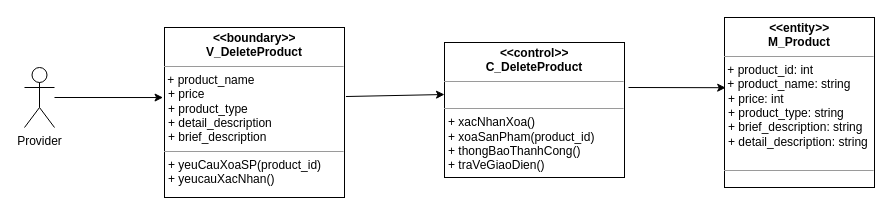
Above: Class/Duy's ClassUC/XoaSanPhamClass.drawio in hoangminh15/PTTKHT (draw.io), before the change. Source tidied: cells renumbered, new cells numbered last; positions are measured from the earlier drawing's top-left corner, leaving out a move shared by most shapes. Both pictures are drawn from the tidied source at 100%, with x=0, y=0 at pixel (24, 17).
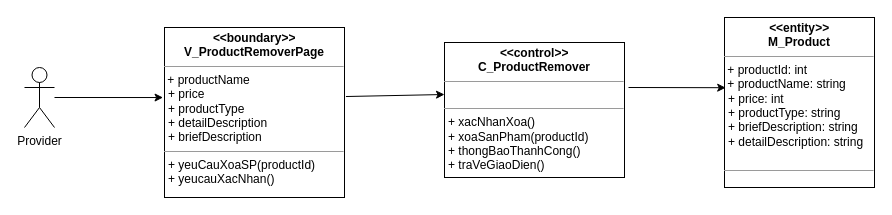
After the change.

The edit, as a diff of the source:
```diff
@@
 <mxGraphModel>
   <root>
     <mxCell id="0" />
     <mxCell id="1" parent="0" />
     <mxCell id="2" value="Provider" style="shape=umlActor;verticalLabelPosition=bottom;verticalAlign=top;html=1;" parent="1" vertex="1">
       <mxGeometry y="50" width="30" height="60" as="geometry" />
     </mxCell>
-    <mxCell id="3" value="&lt;p style=&quot;margin: 0px ; margin-top: 4px ; text-align: center&quot;&gt;&lt;b&gt;&lt;i&gt;&amp;lt;&lt;/i&gt;&amp;lt;boundary&lt;i&gt;&amp;gt;&amp;gt;&lt;/i&gt;&lt;br&gt;V_DeleteProduct&lt;/b&gt;&lt;/p&gt;&lt;hr size=&quot;1&quot;&gt;&amp;nbsp;+ product_name&lt;br&gt;&lt;p style=&quot;margin: 0px ; margin-left: 4px&quot;&gt;+ price&lt;br&gt;&lt;/p&gt;&lt;p style=&quot;margin: 0px ; margin-left: 4px&quot;&gt;+ product_type&lt;br&gt;&lt;/p&gt;&lt;p style=&quot;margin: 0px ; margin-left: 4px&quot;&gt;+ detail_description&lt;br&gt;&lt;/p&gt;&lt;p style=&quot;margin: 0px ; margin-left: 4px&quot;&gt;+ brief_description&lt;br&gt;&lt;/p&gt;&lt;hr size=&quot;1&quot;&gt;&lt;p style=&quot;margin: 0px ; margin-left: 4px&quot;&gt;+ yeuCauXoaSP(product_id)&lt;br&gt;&lt;/p&gt;&lt;p style=&quot;margin: 0px ; margin-left: 4px&quot;&gt;+ yeucauXacNhan()&lt;/p&gt;" style="verticalAlign=top;align=left;overflow=fill;fontSize=12;fontFamily=Helvetica;html=1;" parent="1" vertex="1">
+    <mxCell id="3" value="&lt;p style=&quot;margin: 0px ; margin-top: 4px ; text-align: center&quot;&gt;&lt;b&gt;&lt;i&gt;&amp;lt;&lt;/i&gt;&amp;lt;boundary&lt;i&gt;&amp;gt;&amp;gt;&lt;/i&gt;&lt;br&gt;V_ProductRemoverPage&lt;/b&gt;&lt;/p&gt;&lt;hr size=&quot;1&quot;&gt;&amp;nbsp;+ productName&lt;br&gt;&lt;p style=&quot;margin: 0px ; margin-left: 4px&quot;&gt;+ price&lt;br&gt;&lt;/p&gt;&lt;p style=&quot;margin: 0px ; margin-left: 4px&quot;&gt;+ productType&lt;br&gt;&lt;/p&gt;&lt;p style=&quot;margin: 0px ; margin-left: 4px&quot;&gt;+ detailDescription&lt;br&gt;&lt;/p&gt;&lt;p style=&quot;margin: 0px ; margin-left: 4px&quot;&gt;+ briefDescription&lt;br&gt;&lt;/p&gt;&lt;hr size=&quot;1&quot;&gt;&lt;p style=&quot;margin: 0px ; margin-left: 4px&quot;&gt;+ yeuCauXoaSP(productId)&lt;br&gt;&lt;/p&gt;&lt;p style=&quot;margin: 0px ; margin-left: 4px&quot;&gt;+ yeucauXacNhan()&lt;/p&gt;" style="verticalAlign=top;align=left;overflow=fill;fontSize=12;fontFamily=Helvetica;html=1;" parent="1" vertex="1">
       <mxGeometry x="140" y="10" width="180" height="170" as="geometry" />
     </mxCell>
-    <mxCell id="4" value="&lt;p style=&quot;margin: 0px ; margin-top: 4px ; text-align: center&quot;&gt;&lt;b&gt;&lt;i&gt;&amp;lt;&lt;/i&gt;&amp;lt;control&lt;i&gt;&amp;gt;&amp;gt;&lt;/i&gt;&lt;br&gt;C_DeleteProduct&lt;/b&gt;&lt;/p&gt;&lt;hr size=&quot;1&quot;&gt;&lt;br&gt;&lt;hr size=&quot;1&quot;&gt;&lt;p style=&quot;margin: 0px ; margin-left: 4px&quot;&gt;+ xacNhanXoa()&lt;/p&gt;&lt;p style=&quot;margin: 0px ; margin-left: 4px&quot;&gt;+ xoaSanPham(product_id)&lt;/p&gt;&lt;p style=&quot;margin: 0px ; margin-left: 4px&quot;&gt;+ thongBaoThanhCong()&lt;br&gt;+ traVeGiaoDien()&lt;/p&gt;" style="verticalAlign=top;align=left;overflow=fill;fontSize=12;fontFamily=Helvetica;html=1;" parent="1" vertex="1">
+    <mxCell id="4" value="&lt;p style=&quot;margin: 0px ; margin-top: 4px ; text-align: center&quot;&gt;&lt;b&gt;&lt;i&gt;&amp;lt;&lt;/i&gt;&amp;lt;control&lt;i&gt;&amp;gt;&amp;gt;&lt;/i&gt;&lt;br&gt;C_ProductRemover&lt;/b&gt;&lt;/p&gt;&lt;hr size=&quot;1&quot;&gt;&lt;br&gt;&lt;hr size=&quot;1&quot;&gt;&lt;p style=&quot;margin: 0px ; margin-left: 4px&quot;&gt;+ xacNhanXoa()&lt;/p&gt;&lt;p style=&quot;margin: 0px ; margin-left: 4px&quot;&gt;+ xoaSanPham(productId)&lt;/p&gt;&lt;p style=&quot;margin: 0px ; margin-left: 4px&quot;&gt;+ thongBaoThanhCong()&lt;br&gt;+ traVeGiaoDien()&lt;/p&gt;" style="verticalAlign=top;align=left;overflow=fill;fontSize=12;fontFamily=Helvetica;html=1;" parent="1" vertex="1">
       <mxGeometry x="420" y="25" width="180" height="135" as="geometry" />
     </mxCell>
     <mxCell id="5" style="endArrow=classic;html=1;exitX=1.008;exitY=0.406;exitDx=0;exitDy=0;exitPerimeter=0;" parent="1" edge="1" source="3">
       <mxGeometry relative="1" as="geometry">
         <mxPoint x="420" y="77" as="targetPoint" />
       </mxGeometry>
     </mxCell>
     <mxCell id="6" style="endArrow=classic;html=1;entryX=-0.008;entryY=0.412;entryDx=0;entryDy=0;entryPerimeter=0;" parent="1" edge="1" source="2" target="3">
       <mxGeometry relative="1" as="geometry" />
     </mxCell>
-    <mxCell id="7" value="&lt;p style=&quot;margin: 0px ; margin-top: 4px ; text-align: center&quot;&gt;&lt;b&gt;&lt;i&gt;&amp;lt;&lt;/i&gt;&amp;lt;entity&lt;i&gt;&amp;gt;&amp;gt;&lt;/i&gt;&lt;br&gt;M_Product&lt;/b&gt;&lt;/p&gt;&lt;hr size=&quot;1&quot;&gt;&lt;div&gt;&amp;nbsp;+ product_id: int&lt;br&gt;&lt;/div&gt;&lt;div&gt;&amp;nbsp;+ product_name: string&lt;br&gt;&lt;/div&gt;&lt;p style=&quot;margin: 0px ; margin-left: 4px&quot;&gt;+ price: int&lt;br&gt;&lt;/p&gt;&lt;p style=&quot;margin: 0px ; margin-left: 4px&quot;&gt;+ product_type: string&lt;br&gt;&lt;/p&gt;&lt;p style=&quot;margin: 0px ; margin-left: 4px&quot;&gt;+ brief_description: string&lt;br&gt;&lt;/p&gt;&lt;p style=&quot;margin: 0px ; margin-left: 4px&quot;&gt;+ detail_description: string&lt;br&gt;&lt;/p&gt;&amp;nbsp;&lt;br&gt;&lt;hr size=&quot;1&quot;&gt;&lt;p style=&quot;margin: 0px ; margin-left: 4px&quot;&gt;&lt;br&gt;&lt;br&gt;&lt;/p&gt;" style="verticalAlign=top;align=left;overflow=fill;fontSize=12;fontFamily=Helvetica;html=1;" parent="1" vertex="1">
+    <mxCell id="7" value="&lt;p style=&quot;margin: 0px ; margin-top: 4px ; text-align: center&quot;&gt;&lt;b&gt;&lt;i&gt;&amp;lt;&lt;/i&gt;&amp;lt;entity&lt;i&gt;&amp;gt;&amp;gt;&lt;/i&gt;&lt;br&gt;M_Product&lt;/b&gt;&lt;/p&gt;&lt;hr size=&quot;1&quot;&gt;&lt;div&gt;&amp;nbsp;+ productId: int&lt;br&gt;&lt;/div&gt;&lt;div&gt;&amp;nbsp;+ productName: string&lt;br&gt;&lt;/div&gt;&lt;p style=&quot;margin: 0px ; margin-left: 4px&quot;&gt;+ price: int&lt;br&gt;&lt;/p&gt;&lt;p style=&quot;margin: 0px ; margin-left: 4px&quot;&gt;+ productType: string&lt;br&gt;&lt;/p&gt;&lt;p style=&quot;margin: 0px ; margin-left: 4px&quot;&gt;+ briefDescription: string&lt;br&gt;&lt;/p&gt;&lt;p style=&quot;margin: 0px ; margin-left: 4px&quot;&gt;+ detailDescription: string&lt;br&gt;&lt;/p&gt;&amp;nbsp;&lt;br&gt;&lt;hr size=&quot;1&quot;&gt;&lt;p style=&quot;margin: 0px ; margin-left: 4px&quot;&gt;&lt;br&gt;&lt;br&gt;&lt;/p&gt;" style="verticalAlign=top;align=left;overflow=fill;fontSize=12;fontFamily=Helvetica;html=1;" parent="1" vertex="1">
       <mxGeometry x="700" width="150" height="170" as="geometry" />
     </mxCell>
     <mxCell id="8" style="endArrow=classic;html=1;entryX=0.008;entryY=0.413;entryDx=0;entryDy=0;entryPerimeter=0;" parent="1" edge="1" target="7">
       <mxGeometry relative="1" as="geometry">
         <mxPoint x="604" y="70" as="sourcePoint" />
       </mxGeometry>
     </mxCell>
   </root>
 </mxGraphModel>
```
